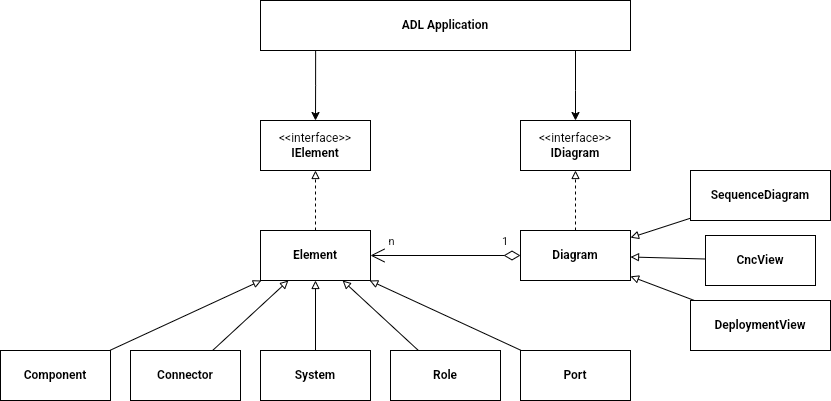
The draw.io diagram CA/NFR_06.drawio.png in phunm211/SW-Associate-Architecture, before a commit. Source tidied: cells renumbered, new cells last; positions are measured from the earlier drawing's top-left corner, leaving out a move shared by most shapes.
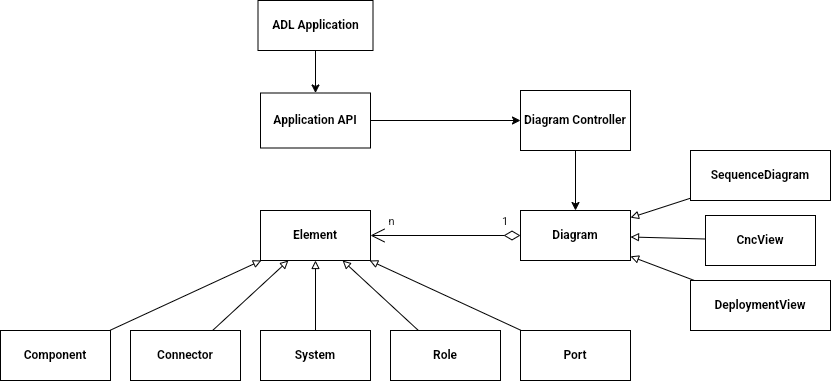
Later version of the same file.

What changed in the source:
```diff
@@ -2,9 +2,6 @@
   <root>
     <mxCell id="0" />
     <mxCell id="1" parent="0" />
-    <mxCell id="2" style="edgeStyle=orthogonalEdgeStyle;rounded=0;jettySize=auto;html=1;endArrow=block;endFill=0;dashed=1;" parent="1" edge="1" source="3" target="25">
-      <mxGeometry relative="1" as="geometry" />
-    </mxCell>
     <mxCell id="3" value="Diagram" style="html=1;whiteSpace=wrap;fontStyle=1;" parent="1" vertex="1">
       <mxGeometry x="520" y="230" width="110" height="50" as="geometry" />
     </mxCell>
@@ -56,15 +53,9 @@
     <mxCell id="19" value="&lt;b&gt;Role&lt;/b&gt;" style="html=1;whiteSpace=wrap;" parent="1" vertex="1">
       <mxGeometry x="390" y="350" width="110" height="50" as="geometry" />
     </mxCell>
-    <mxCell id="20" style="edgeStyle=orthogonalEdgeStyle;rounded=0;jettySize=auto;html=1;exitX=0.5;exitY=0;exitDx=0;exitDy=0;entryX=0.5;entryY=1;entryDx=0;entryDy=0;endArrow=block;endFill=0;dashed=1;" parent="1" edge="1" source="21" target="22">
-      <mxGeometry relative="1" as="geometry" />
-    </mxCell>
     <mxCell id="21" value="&lt;b&gt;Element&lt;/b&gt;" style="rounded=0;whiteSpace=wrap;html=1;" parent="1" vertex="1">
       <mxGeometry x="260" y="230" width="110" height="50" as="geometry" />
     </mxCell>
-    <mxCell id="22" value="&amp;lt;&amp;lt;interface&amp;gt;&amp;gt;&lt;br&gt;&lt;b&gt;IElement&lt;/b&gt;" style="rounded=0;whiteSpace=wrap;html=1;" parent="1" vertex="1">
-      <mxGeometry x="260" y="120" width="110" height="50" as="geometry" />
-    </mxCell>
     <mxCell id="23" value="1" style="endArrow=open;html=1;endSize=12;startArrow=diamondThin;startSize=14;startFill=0;edgeStyle=orthogonalEdgeStyle;align=left;verticalAlign=bottom;rounded=0;" parent="1" edge="1" source="3" target="21">
       <mxGeometry x="-0.73" y="-5" relative="1" as="geometry" />
     </mxCell>
@@ -73,22 +64,23 @@
         <mxPoint x="1" y="-14" as="offset" />
       </mxGeometry>
     </mxCell>
-    <mxCell id="25" value="&amp;lt;&amp;lt;interface&amp;gt;&amp;gt;&lt;br&gt;&lt;b&gt;IDiagram&lt;/b&gt;" style="rounded=0;whiteSpace=wrap;html=1;" parent="1" vertex="1">
-      <mxGeometry x="520" y="120" width="110" height="50" as="geometry" />
-    </mxCell>
-    <mxCell id="26" style="edgeStyle=orthogonalEdgeStyle;rounded=0;jettySize=auto;html=1;exitX=0.149;exitY=0.99;exitDx=0;exitDy=0;exitPerimeter=0;" parent="1" edge="1" source="28" target="22">
-      <mxGeometry relative="1" as="geometry" />
-    </mxCell>
-    <mxCell id="27" style="edgeStyle=orthogonalEdgeStyle;rounded=0;jettySize=auto;html=1;" parent="1" edge="1" source="28" target="25">
-      <mxGeometry relative="1" as="geometry">
-        <Array as="points">
-          <mxPoint x="575" y="90" />
-          <mxPoint x="575" y="90" />
-        </Array>
-      </mxGeometry>
-    </mxCell>
+    <mxCell id="29" style="edgeStyle=orthogonalEdgeStyle;rounded=0;jettySize=auto;html=1;" parent="1" edge="1" source="28" target="33">
+      <mxGeometry relative="1" as="geometry" />
+    </mxCell>
     <mxCell id="28" value="ADL Application" style="html=1;whiteSpace=wrap;fontStyle=1;" parent="1" vertex="1">
-      <mxGeometry x="260" width="370" height="50" as="geometry" />
+      <mxGeometry x="257.5" y="20" width="115" height="50" as="geometry" />
     </mxCell>
+    <mxCell id="30" style="edgeStyle=orthogonalEdgeStyle;rounded=0;jettySize=auto;html=1;exitX=0.5;exitY=1;exitDx=0;exitDy=0;entryX=0.5;entryY=0;entryDx=0;entryDy=0;" parent="1" edge="1" source="31" target="3">
+      <mxGeometry relative="1" as="geometry" />
+    </mxCell>
+    <mxCell id="31" value="Diagram Controller" style="rounded=0;whiteSpace=wrap;html=1;fontStyle=1;" parent="1" vertex="1">
+      <mxGeometry x="520" y="110" width="110" height="60" as="geometry" />
+    </mxCell>
+    <mxCell id="32" style="edgeStyle=orthogonalEdgeStyle;rounded=0;jettySize=auto;html=1;" parent="1" edge="1" source="33" target="31">
+      <mxGeometry relative="1" as="geometry" />
+    </mxCell>
+    <mxCell id="33" value="&lt;b&gt;Application API&lt;/b&gt;" style="rounded=0;whiteSpace=wrap;html=1;" parent="1" vertex="1">
+      <mxGeometry x="260" y="112.5" width="110" height="55" as="geometry" />
+    </mxCell>
   </root>
 </mxGraphModel>
```
